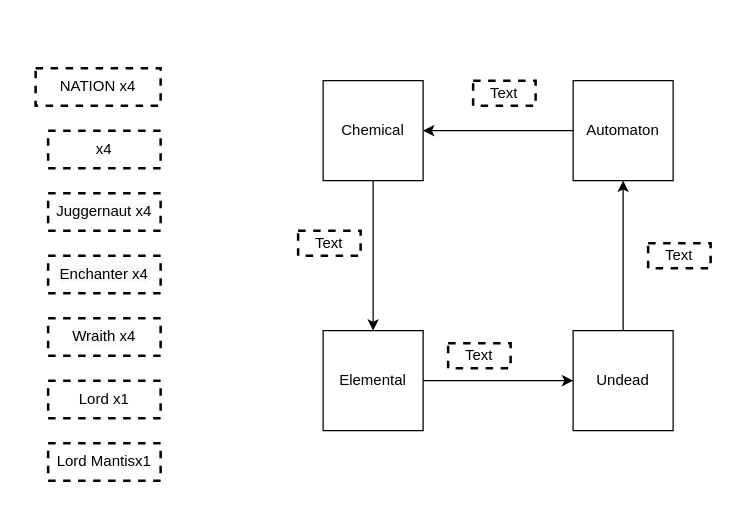
This is diagrams and cards/AllCardsAndElements.drawio from Bogdan405/PolyWarProject, a draw.io file, before an edit. Source tidied: cells renumbered, new cells numbered last; positions are measured from the earlier drawing's top-left corner, leaving out a move shared by most shapes. Both pictures are drawn from the tidied source at 125%, with x=0, y=0 at pixel (35, 68).
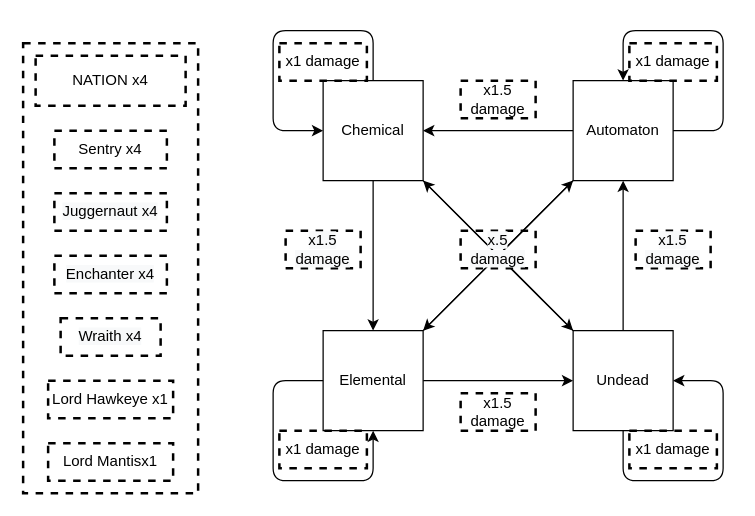
The same page after the edit.

The change refers to these unchanged cells:
```xml
<mxCell id="3" value="Chemical" style="rounded=0;whiteSpace=wrap;html=1;" parent="1" vertex="1">
  <mxGeometry x="230" y="10" width="80" height="80" as="geometry" />
</mxCell>
<mxCell id="5" value="Automaton" style="rounded=0;whiteSpace=wrap;html=1;" parent="1" vertex="1">
  <mxGeometry x="430" y="10" width="80" height="80" as="geometry" />
</mxCell>
<mxCell id="7" value="Undead" style="rounded=0;whiteSpace=wrap;html=1;" parent="1" vertex="1">
  <mxGeometry x="430" y="210" width="80" height="80" as="geometry" />
</mxCell>
<mxCell id="9" value="Elemental" style="rounded=0;whiteSpace=wrap;html=1;" parent="1" vertex="1">
  <mxGeometry x="230" y="210" width="80" height="80" as="geometry" />
</mxCell>
```

The edit, as a diff of the source:
```diff
@@
+    <mxCell id="21" style="endArrow=classic;html=1;exitX=1;exitY=0;exitDx=0;exitDy=0;entryX=0;entryY=1;entryDx=0;entryDy=0;" parent="1" edge="1" source="9" target="5">
+      <mxGeometry relative="1" as="geometry" />
+    </mxCell>
+    <mxCell id="22" style="rounded=0;whiteSpace=wrap;html=1;dashed=1;strokeColor=#000000;strokeWidth=2;" parent="1" vertex="1">
+      <mxGeometry x="-10" y="-20" width="140" height="360" as="geometry" />
+    </mxCell>
@@
-    <mxCell id="10" value="Text" style="text;html=1;fillColor=none;align=center;verticalAlign=middle;whiteSpace=wrap;rounded=0;dashed=1;strokeWidth=2;strokeColor=#000000;" parent="1" vertex="1">
-      <mxGeometry x="350" y="10" width="50" height="20" as="geometry" />
+    <mxCell id="10" value="x1.5 damage" style="text;html=1;fillColor=none;align=center;verticalAlign=middle;whiteSpace=wrap;rounded=0;dashed=1;strokeWidth=2;strokeColor=#000000;" parent="1" vertex="1">
+      <mxGeometry x="340" y="10" width="60" height="30" as="geometry" />
     </mxCell>
-    <mxCell id="11" value="Text" style="text;html=1;fillColor=none;align=center;verticalAlign=middle;whiteSpace=wrap;rounded=0;dashed=1;strokeWidth=2;strokeColor=#000000;" parent="1" vertex="1">
-      <mxGeometry x="210" y="130" width="50" height="20" as="geometry" />
-    </mxCell>
-    <mxCell id="12" value="Text" style="text;html=1;fillColor=none;align=center;verticalAlign=middle;whiteSpace=wrap;rounded=0;dashed=1;strokeWidth=2;strokeColor=#000000;" parent="1" vertex="1">
-      <mxGeometry x="330" y="220" width="50" height="20" as="geometry" />
-    </mxCell>
-    <mxCell id="13" value="Text" style="text;html=1;fillColor=none;align=center;verticalAlign=middle;whiteSpace=wrap;rounded=0;dashed=1;strokeWidth=2;strokeColor=#000000;" parent="1" vertex="1">
-      <mxGeometry x="490" y="140" width="50" height="20" as="geometry" />
+    <mxCell id="13" value="&lt;span style=&quot;color: rgb(0 , 0 , 0) ; font-family: &amp;#34;helvetica&amp;#34; ; font-size: 12px ; font-style: normal ; font-weight: 400 ; letter-spacing: normal ; text-align: center ; text-indent: 0px ; text-transform: none ; word-spacing: 0px ; background-color: rgb(248 , 249 , 250) ; display: inline ; float: none&quot;&gt;x1.5&lt;br&gt;damage&lt;/span&gt;" style="text;html=1;fillColor=none;align=center;verticalAlign=middle;whiteSpace=wrap;rounded=0;dashed=1;strokeWidth=2;strokeColor=#000000;" parent="1" vertex="1">
+      <mxGeometry x="480" y="130" width="60" height="30" as="geometry" />
     </mxCell>
     <mxCell id="14" value="NATION x4" style="rounded=0;whiteSpace=wrap;html=1;dashed=1;strokeColor=#000000;strokeWidth=2;" parent="1" vertex="1">
-      <mxGeometry width="100" height="30" as="geometry" />
+      <mxGeometry y="-10" width="120" height="40" as="geometry" />
     </mxCell>
     <mxCell id="15" value="Lord Mantisx1" style="rounded=0;whiteSpace=wrap;html=1;dashed=1;strokeColor=#000000;strokeWidth=2;" parent="1" vertex="1">
-      <mxGeometry x="10" y="300" width="90" height="30" as="geometry" />
+      <mxGeometry x="10" y="300" width="100" height="30" as="geometry" />
     </mxCell>
-    <mxCell id="16" value="Lord x1" style="rounded=0;whiteSpace=wrap;html=1;dashed=1;strokeColor=#000000;strokeWidth=2;" parent="1" vertex="1">
-      <mxGeometry x="10" y="250" width="90" height="30" as="geometry" />
+    <mxCell id="16" value="Lord Hawkeye x1" style="rounded=0;whiteSpace=wrap;html=1;dashed=1;strokeColor=#000000;strokeWidth=2;" parent="1" vertex="1">
+      <mxGeometry x="10" y="250" width="100" height="30" as="geometry" />
     </mxCell>
     <mxCell id="17" value="&lt;span style=&quot;color: rgb(0 , 0 , 0) ; font-family: &amp;#34;helvetica&amp;#34; ; font-size: 12px ; font-style: normal ; font-weight: 400 ; letter-spacing: normal ; text-align: center ; text-indent: 0px ; text-transform: none ; word-spacing: 0px ; background-color: rgb(248 , 249 , 250) ; display: inline ; float: none&quot;&gt;Wraith x4&lt;/span&gt;" style="rounded=0;whiteSpace=wrap;html=1;dashed=1;strokeColor=#000000;strokeWidth=2;" parent="1" vertex="1">
-      <mxGeometry x="10" y="200" width="90" height="30" as="geometry" />
+      <mxGeometry x="20" y="200" width="80" height="30" as="geometry" />
     </mxCell>
     <mxCell id="18" value="&lt;span style=&quot;color: rgb(0 , 0 , 0) ; font-family: &amp;#34;helvetica&amp;#34; ; font-size: 12px ; font-style: normal ; font-weight: 400 ; letter-spacing: normal ; text-align: center ; text-indent: 0px ; text-transform: none ; word-spacing: 0px ; background-color: rgb(248 , 249 , 250) ; display: inline ; float: none&quot;&gt;Juggernaut x4&lt;/span&gt;" style="rounded=0;whiteSpace=wrap;html=1;dashed=1;strokeColor=#000000;strokeWidth=2;" parent="1" vertex="1">
-      <mxGeometry x="10" y="100" width="90" height="30" as="geometry" />
+      <mxGeometry x="15" y="100" width="90" height="30" as="geometry" />
     </mxCell>
     <mxCell id="19" value="&lt;span style=&quot;color: rgb(0 , 0 , 0) ; font-family: &amp;#34;helvetica&amp;#34; ; font-size: 12px ; font-style: normal ; font-weight: 400 ; letter-spacing: normal ; text-align: center ; text-indent: 0px ; text-transform: none ; word-spacing: 0px ; background-color: rgb(248 , 249 , 250) ; display: inline ; float: none&quot;&gt;Enchanter x4&lt;/span&gt;" style="rounded=0;whiteSpace=wrap;html=1;dashed=1;strokeColor=#000000;strokeWidth=2;" parent="1" vertex="1">
-      <mxGeometry x="10" y="150" width="90" height="30" as="geometry" />
+      <mxGeometry x="15" y="150" width="90" height="30" as="geometry" />
     </mxCell>
-    <mxCell id="20" value="x4" style="rounded=0;whiteSpace=wrap;html=1;dashed=1;strokeColor=#000000;strokeWidth=2;" parent="1" vertex="1">
-      <mxGeometry x="10" y="50" width="90" height="30" as="geometry" />
+    <mxCell id="20" value="Sentry x4" style="rounded=0;whiteSpace=wrap;html=1;dashed=1;strokeColor=#000000;strokeWidth=2;" parent="1" vertex="1">
+      <mxGeometry x="15" y="50" width="90" height="30" as="geometry" />
     </mxCell>
+    <mxCell id="23" style="endArrow=classic;html=1;exitX=1;exitY=1;exitDx=0;exitDy=0;entryX=0;entryY=0;entryDx=0;entryDy=0;" parent="1" edge="1" source="3" target="7">
+      <mxGeometry relative="1" as="geometry" />
+    </mxCell>
+    <mxCell id="24" style="endArrow=classic;html=1;exitX=0;exitY=1;exitDx=0;exitDy=0;entryX=1;entryY=0;entryDx=0;entryDy=0;" parent="1" edge="1" source="5" target="9">
+      <mxGeometry relative="1" as="geometry" />
+    </mxCell>
+    <mxCell id="25" value="x1.5 damage" style="text;html=1;fillColor=none;align=center;verticalAlign=middle;whiteSpace=wrap;rounded=0;dashed=1;strokeWidth=2;strokeColor=#000000;" parent="1" vertex="1">
+      <mxGeometry x="340" y="260" width="60" height="30" as="geometry" />
+    </mxCell>
+    <mxCell id="26" value="&lt;span style=&quot;color: rgb(0 , 0 , 0) ; font-family: &amp;#34;helvetica&amp;#34; ; font-size: 12px ; font-style: normal ; font-weight: 400 ; letter-spacing: normal ; text-align: center ; text-indent: 0px ; text-transform: none ; word-spacing: 0px ; background-color: rgb(248 , 249 , 250) ; display: inline ; float: none&quot;&gt;x1.5&lt;br&gt;damage&lt;/span&gt;" style="text;html=1;fillColor=none;align=center;verticalAlign=middle;whiteSpace=wrap;rounded=0;dashed=1;strokeWidth=2;strokeColor=#000000;" parent="1" vertex="1">
+      <mxGeometry x="200" y="130" width="60" height="30" as="geometry" />
+    </mxCell>
+    <mxCell id="27" style="endArrow=classic;html=1;exitX=0;exitY=0;exitDx=0;exitDy=0;entryX=1;entryY=1;entryDx=0;entryDy=0;" parent="1" edge="1" source="7" target="3">
+      <mxGeometry relative="1" as="geometry" />
+    </mxCell>
+    <mxCell id="28" value="&lt;span style=&quot;color: rgb(0 , 0 , 0) ; font-family: &amp;#34;helvetica&amp;#34; ; font-size: 12px ; font-style: normal ; font-weight: 400 ; letter-spacing: normal ; text-align: center ; text-indent: 0px ; text-transform: none ; word-spacing: 0px ; background-color: rgb(248 , 249 , 250) ; display: inline ; float: none&quot;&gt;x.5&lt;br&gt;damage&lt;/span&gt;" style="text;html=1;fillColor=none;align=center;verticalAlign=middle;whiteSpace=wrap;rounded=0;dashed=1;strokeWidth=2;strokeColor=#000000;" parent="1" vertex="1">
+      <mxGeometry x="340" y="130" width="60" height="30" as="geometry" />
+    </mxCell>
+    <mxCell id="29" style="endArrow=classic;html=1;exitX=0.5;exitY=0;exitDx=0;exitDy=0;entryX=0;entryY=0.5;entryDx=0;entryDy=0;" parent="1" edge="1" source="3" target="3">
+      <mxGeometry relative="1" as="geometry">
+        <Array as="points">
+          <mxPoint x="270" y="-30" />
+          <mxPoint x="190" y="-30" />
+          <mxPoint x="190" y="50" />
+        </Array>
+      </mxGeometry>
+    </mxCell>
+    <mxCell id="30" style="endArrow=classic;html=1;exitX=0;exitY=0.5;exitDx=0;exitDy=0;entryX=0.5;entryY=1;entryDx=0;entryDy=0;" parent="1" edge="1" source="9" target="9">
+      <mxGeometry relative="1" as="geometry">
+        <Array as="points">
+          <mxPoint x="190" y="250" />
+          <mxPoint x="190" y="280" />
+          <mxPoint x="190" y="330" />
+          <mxPoint x="270" y="330" />
+        </Array>
+      </mxGeometry>
+    </mxCell>
+    <mxCell id="31" style="endArrow=classic;html=1;exitX=0.5;exitY=1;exitDx=0;exitDy=0;entryX=1;entryY=0.5;entryDx=0;entryDy=0;" parent="1" edge="1" source="7" target="7">
+      <mxGeometry relative="1" as="geometry">
+        <Array as="points">
+          <mxPoint x="470" y="330" />
+          <mxPoint x="550" y="330" />
+          <mxPoint x="550" y="250" />
+        </Array>
+      </mxGeometry>
+    </mxCell>
+    <mxCell id="32" style="endArrow=classic;html=1;exitX=1;exitY=0.5;exitDx=0;exitDy=0;entryX=0.5;entryY=0;entryDx=0;entryDy=0;" parent="1" edge="1" source="5" target="5">
+      <mxGeometry relative="1" as="geometry">
+        <Array as="points">
+          <mxPoint x="550" y="50" />
+          <mxPoint x="550" y="-30" />
+          <mxPoint x="470" y="-30" />
+        </Array>
+      </mxGeometry>
+    </mxCell>
+    <mxCell id="33" value="x1 damage" style="text;html=1;fillColor=none;align=center;verticalAlign=middle;whiteSpace=wrap;rounded=0;dashed=1;strokeWidth=2;strokeColor=#000000;" parent="1" vertex="1">
+      <mxGeometry x="195" y="-20" width="70" height="30" as="geometry" />
+    </mxCell>
+    <mxCell id="34" value="x1 damage" style="text;html=1;fillColor=none;align=center;verticalAlign=middle;whiteSpace=wrap;rounded=0;dashed=1;strokeWidth=2;strokeColor=#000000;" parent="1" vertex="1">
+      <mxGeometry x="195" y="290" width="70" height="30" as="geometry" />
+    </mxCell>
+    <mxCell id="35" value="x1 damage" style="text;html=1;fillColor=none;align=center;verticalAlign=middle;whiteSpace=wrap;rounded=0;dashed=1;strokeWidth=2;strokeColor=#000000;" parent="1" vertex="1">
+      <mxGeometry x="475" y="290" width="70" height="30" as="geometry" />
+    </mxCell>
+    <mxCell id="36" value="x1 damage" style="text;html=1;fillColor=none;align=center;verticalAlign=middle;whiteSpace=wrap;rounded=0;dashed=1;strokeWidth=2;strokeColor=#000000;" parent="1" vertex="1">
+      <mxGeometry x="475" y="-20" width="70" height="30" as="geometry" />
+    </mxCell>
```
